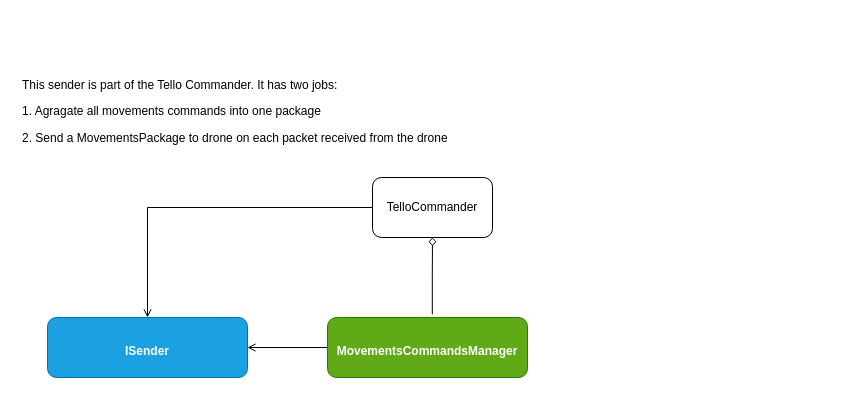
GalBrandwine/tello_driver keeps this draw.io diagram as page "TelloCommander_MovementsCommandsManager" (2 of 4) of docs/TelloDriver.drawio. Above is the earlier version. Source tidied: cells renumbered, new cells numbered last; positions are measured from the earlier drawing's top-left corner, leaving out a move shared by most shapes. Both pictures are drawn from the tidied source at 100%, with x=0, y=0 at pixel (17, 27).
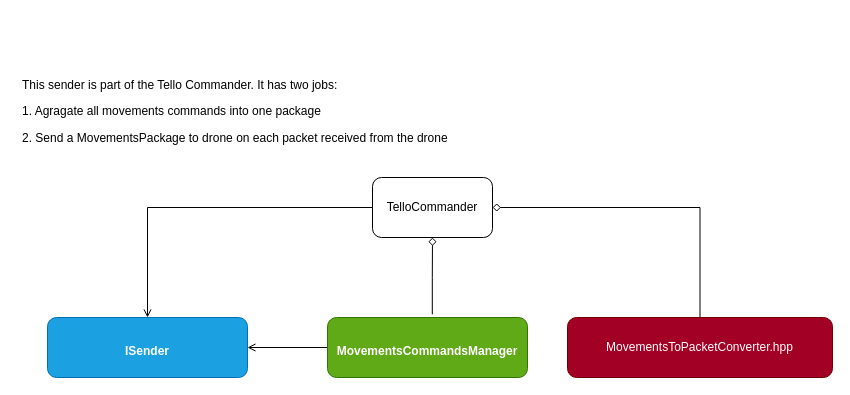
The same page after the edit.

Diff of the diagram source:
```diff
@@
 <mxGraphModel>
   <root>
     <mxCell id="0" />
     <mxCell id="1" parent="0" />
     <mxCell id="2" value="&lt;h1 style=&quot;color: rgb(255 , 255 , 255) ; text-align: center&quot;&gt;&lt;font style=&quot;font-size: 24px&quot;&gt;MovementsCommandsManager&lt;/font&gt;&lt;/h1&gt;&lt;p&gt;This sender is part of the Tello Commander. It has two jobs:&lt;/p&gt;&lt;p&gt;1. Agragate all movements commands into one package&lt;/p&gt;&lt;p&gt;2. Send a MovementsPackage to drone on each packet received from the drone&lt;/p&gt;" style="text;html=1;strokeColor=none;fillColor=none;spacing=5;spacingTop=-20;whiteSpace=wrap;overflow=hidden;rounded=0;" parent="1" vertex="1">
       <mxGeometry width="440" height="140" as="geometry" />
     </mxCell>
     <mxCell id="3" style="edgeStyle=orthogonalEdgeStyle;rounded=0;jettySize=auto;html=1;endArrow=open;endFill=0;" parent="1" edge="1" source="4" target="7">
       <mxGeometry relative="1" as="geometry" />
     </mxCell>
     <mxCell id="4" value="&lt;h1&gt;&lt;font style=&quot;font-size: 12px&quot;&gt;MovementsCommandsManager&lt;/font&gt;&lt;/h1&gt;" style="rounded=1;whiteSpace=wrap;html=1;fillColor=#60a917;strokeColor=#2D7600;fontColor=#ffffff;" parent="1" vertex="1">
       <mxGeometry x="310" y="290" width="200" height="60" as="geometry" />
     </mxCell>
     <mxCell id="5" style="edgeStyle=orthogonalEdgeStyle;rounded=0;jettySize=auto;html=1;exitX=0.524;exitY=-0.053;exitDx=0;exitDy=0;exitPerimeter=0;endArrow=diamond;endFill=0;" parent="1" edge="1" source="4" target="6">
       <mxGeometry relative="1" as="geometry" />
     </mxCell>
+    <mxCell id="9" style="edgeStyle=orthogonalEdgeStyle;rounded=0;jettySize=auto;html=1;endArrow=none;endFill=0;startArrow=diamond;startFill=0;" parent="1" edge="1" source="6" target="10">
+      <mxGeometry relative="1" as="geometry" />
+    </mxCell>
     <mxCell id="6" value="TelloCommander" style="rounded=1;whiteSpace=wrap;html=1;" parent="1" vertex="1">
       <mxGeometry x="355" y="150" width="120" height="60" as="geometry" />
     </mxCell>
     <mxCell id="7" value="&lt;h1&gt;&lt;font style=&quot;font-size: 12px&quot;&gt;ISender&lt;/font&gt;&lt;/h1&gt;" style="rounded=1;whiteSpace=wrap;html=1;fillColor=#1ba1e2;strokeColor=#006EAF;fontColor=#ffffff;" parent="1" vertex="1">
       <mxGeometry x="30" y="290" width="200" height="60" as="geometry" />
     </mxCell>
     <mxCell id="8" style="edgeStyle=orthogonalEdgeStyle;rounded=0;jettySize=auto;html=1;endArrow=open;endFill=0;exitX=0;exitY=0.5;exitDx=0;exitDy=0;" parent="1" edge="1" source="6" target="7">
       <mxGeometry relative="1" as="geometry" />
     </mxCell>
+    <mxCell id="10" value="MovementsToPacketConverter.hpp" style="whiteSpace=wrap;html=1;rounded=1;fillColor=#a20025;strokeColor=#6F0000;fontColor=#ffffff;" parent="1" vertex="1">
+      <mxGeometry x="550" y="290" width="265" height="60" as="geometry" />
+    </mxCell>
   </root>
 </mxGraphModel>
```
